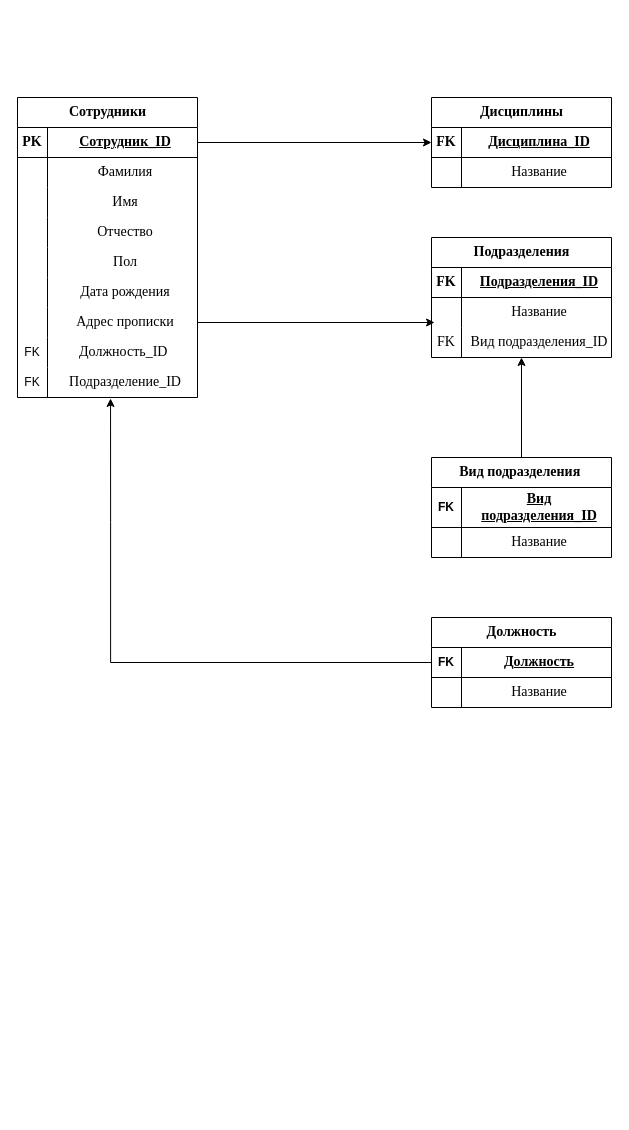
Above: YP-09-Server-Side-Programming.drawio in LunaGameX/YP-09-Server-Side-Programming (draw.io), before the change. Source tidied: cells renumbered, new cells numbered last; positions are measured from the earlier drawing's top-left corner, leaving out a move shared by most shapes. Both pictures are drawn from the tidied source at 100%, with x=0, y=0 at pixel (17, 97).
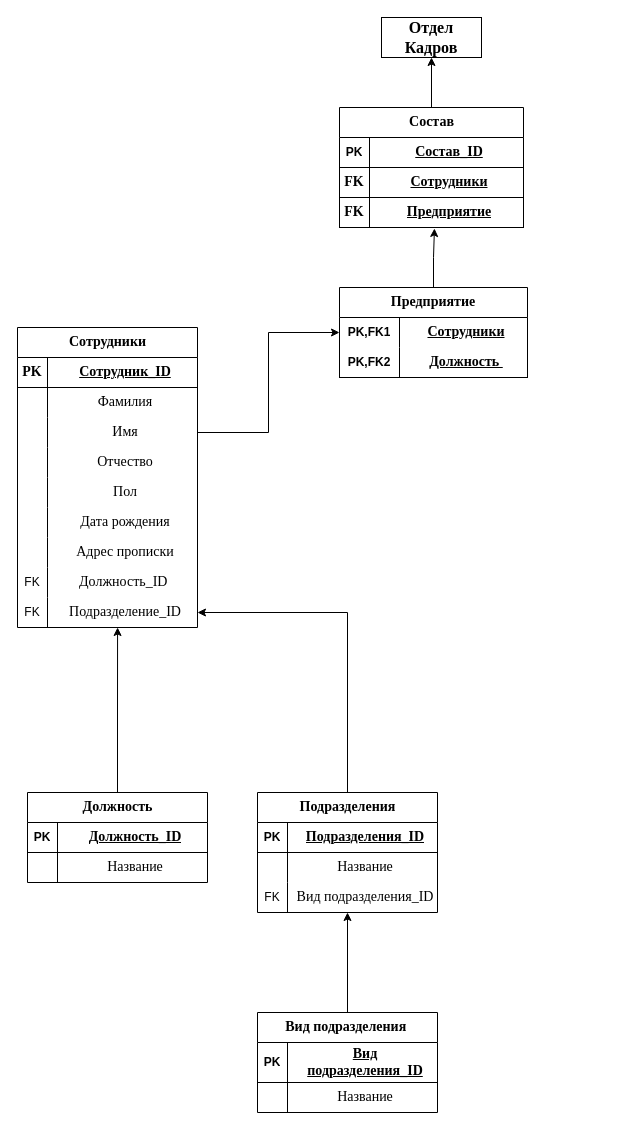
Above is the later version.

Commit message:
add more Actors and antribut YP-09-Server-Side-Programming.drawio

Unchanged cells that the change refers to:
```xml
<mxCell id="3" style="shape=tableRow;horizontal=0;startSize=0;swimlaneHead=0;swimlaneBody=0;fillColor=none;points=[[0,0.5],[1,0.5]];portConstraint=eastwest;top=0;left=0;right=0;bottom=1;" parent="2" vertex="1">
  <mxGeometry y="30" width="180" height="30" as="geometry" />
</mxCell>
<mxCell id="9" style="shape=tableRow;horizontal=0;startSize=0;swimlaneHead=0;swimlaneBody=0;fillColor=none;points=[[0,0.5],[1,0.5]];portConstraint=eastwest;top=0;left=0;right=0;bottom=0;" parent="2" vertex="1">
  <mxGeometry y="90" width="180" height="30" as="geometry" />
</mxCell>
<mxCell id="21" style="shape=tableRow;horizontal=0;startSize=0;swimlaneHead=0;swimlaneBody=0;fillColor=none;points=[[0,0.5],[1,0.5]];portConstraint=eastwest;top=0;left=0;right=0;bottom=0;" parent="2" vertex="1">
  <mxGeometry y="210" width="180" height="30" as="geometry" />
</mxCell>
<mxCell id="27" style="shape=tableRow;horizontal=0;startSize=0;swimlaneHead=0;swimlaneBody=0;fillColor=none;points=[[0,0.5],[1,0.5]];portConstraint=eastwest;top=0;left=0;right=0;bottom=0;" parent="2" vertex="1">
  <mxGeometry y="270" width="180" height="30" as="geometry" />
</mxCell>
<mxCell id="38" style="shape=tableRow;horizontal=0;startSize=0;swimlaneHead=0;swimlaneBody=0;fillColor=none;top=0;left=0;right=0;bottom=1;" parent="37" vertex="1">
  <mxGeometry y="30" width="180" height="30" as="geometry" />
</mxCell>
<mxCell id="44" style="shape=tableRow;horizontal=0;startSize=0;swimlaneHead=0;swimlaneBody=0;fillColor=none;points=[[0,0.5],[1,0.5]];portConstraint=eastwest;top=0;left=0;right=0;bottom=0;" parent="37" vertex="1">
  <mxGeometry y="90" width="180" height="30" as="geometry" />
</mxCell>
<mxCell id="49" style="shape=tableRow;horizontal=0;startSize=0;swimlaneHead=0;swimlaneBody=0;fillColor=none;top=0;left=0;right=0;bottom=1;" parent="48" vertex="1">
  <mxGeometry y="30" width="180" height="40" as="geometry" />
</mxCell>
<mxCell id="56" style="shape=tableRow;horizontal=0;startSize=0;swimlaneHead=0;swimlaneBody=0;fillColor=none;points=[[0,0.5],[1,0.5]];portConstraint=eastwest;top=0;left=0;right=0;bottom=1;" parent="55" vertex="1">
  <mxGeometry y="30" width="180" height="30" as="geometry" />
</mxCell>
```

What changed in the source:
```diff
@@
     <mxCell id="2" value="&lt;font style=&quot;font-size: 14px;&quot; face=&quot;Times New Roman&quot;&gt;Сотрудники&lt;/font&gt;" style="shape=table;startSize=30;childLayout=tableLayout;rowLines=0;fontStyle=1;align=center;html=1;" parent="1" vertex="1">
-      <mxGeometry width="180" height="300" as="geometry" />
+      <mxGeometry y="230" width="180" height="300" as="geometry" />
     </mxCell>
@@
-    <mxCell id="30" value="&lt;font style=&quot;font-size: 14px;&quot; face=&quot;Times New Roman&quot;&gt;Дисциплины&lt;/font&gt;" style="shape=table;startSize=30;childLayout=tableLayout;rowLines=0;fontStyle=1;align=center;html=1;" parent="1" vertex="1">
-      <mxGeometry x="414" width="180" height="90" as="geometry" />
-    </mxCell>
-    <mxCell id="31" style="shape=tableRow;horizontal=0;startSize=0;swimlaneHead=0;swimlaneBody=0;fillColor=none;points=[[0,0.5],[1,0.5]];portConstraint=eastwest;top=0;left=0;right=0;bottom=1;" parent="30" vertex="1">
-      <mxGeometry y="30" width="180" height="30" as="geometry" />
-    </mxCell>
-    <mxCell id="32" value="&lt;font style=&quot;font-size: 14px;&quot; face=&quot;Times New Roman&quot;&gt;FK&lt;/font&gt;" style="shape=partialRectangle;fillColor=none;top=0;left=0;bottom=0;right=0;fontStyle=1;overflow=hidden;whiteSpace=wrap;html=1;" parent="31" vertex="1">
-      <mxGeometry width="30" height="30" as="geometry" />
-    </mxCell>
-    <mxCell id="33" value="&lt;font style=&quot;font-size: 14px;&quot; face=&quot;Times New Roman&quot;&gt;Дисциплина_ID&lt;/font&gt;" style="shape=partialRectangle;fillColor=none;top=0;left=0;bottom=0;right=0;align=center;spacingLeft=6;fontStyle=5;overflow=hidden;whiteSpace=wrap;html=1;" parent="31" vertex="1">
-      <mxGeometry x="30" width="150" height="30" as="geometry" />
-    </mxCell>
-    <mxCell id="34" style="shape=tableRow;horizontal=0;startSize=0;swimlaneHead=0;swimlaneBody=0;fillColor=none;top=0;left=0;right=0;bottom=0;" parent="30" vertex="1">
-      <mxGeometry y="60" width="180" height="30" as="geometry" />
-    </mxCell>
-    <mxCell id="35" style="shape=partialRectangle;fillColor=none;top=0;left=0;bottom=0;right=0;overflow=hidden;whiteSpace=wrap;html=1;" parent="34" vertex="1">
-      <mxGeometry width="30" height="30" as="geometry" />
-    </mxCell>
-    <mxCell id="36" value="&lt;font style=&quot;font-size: 14px;&quot; face=&quot;Times New Roman&quot;&gt;Название&lt;/font&gt;" style="shape=partialRectangle;fillColor=none;top=0;left=0;bottom=0;right=0;align=center;spacingLeft=6;overflow=hidden;whiteSpace=wrap;html=1;" parent="34" vertex="1">
-      <mxGeometry x="30" width="150" height="30" as="geometry" />
-    </mxCell>
+    <mxCell id="65" style="edgeStyle=orthogonalEdgeStyle;rounded=0;jettySize=auto;html=1;entryX=1;entryY=0.5;entryDx=0;entryDy=0;" parent="1" edge="1" source="37" target="27">
+      <mxGeometry relative="1" as="geometry" />
+    </mxCell>
     <mxCell id="37" value="&lt;font style=&quot;font-size: 14px;&quot; face=&quot;Times New Roman&quot;&gt;Подразделения&lt;/font&gt;" style="shape=table;startSize=30;childLayout=tableLayout;rowLines=0;fontStyle=1;align=center;html=1;" parent="1" vertex="1">
-      <mxGeometry x="414" y="140" width="180" height="120" as="geometry" />
+      <mxGeometry x="240" y="695" width="180" height="120" as="geometry" />
     </mxCell>
@@
-    <mxCell id="39" value="&lt;font style=&quot;font-size: 14px;&quot; face=&quot;Times New Roman&quot;&gt;FK&lt;/font&gt;" style="shape=partialRectangle;fillColor=none;top=0;left=0;bottom=0;right=0;fontStyle=1;overflow=hidden;whiteSpace=wrap;html=1;" parent="38" vertex="1">
+    <mxCell id="39" value="PK" style="shape=partialRectangle;fillColor=none;top=0;left=0;bottom=0;right=0;fontStyle=1;overflow=hidden;whiteSpace=wrap;html=1;" parent="38" vertex="1">
       <mxGeometry width="30" height="30" as="geometry" />
     </mxCell>
@@
-    <mxCell id="45" value="&lt;font style=&quot;font-size: 14px;&quot; face=&quot;Times New Roman&quot;&gt;FK&lt;/font&gt;" style="shape=partialRectangle;fillColor=none;top=0;left=0;bottom=0;right=0;overflow=hidden;whiteSpace=wrap;html=1;" parent="44" vertex="1">
+    <mxCell id="45" value="FK" style="shape=partialRectangle;fillColor=none;top=0;left=0;bottom=0;right=0;overflow=hidden;whiteSpace=wrap;html=1;" parent="44" vertex="1">
       <mxGeometry width="30" height="30" as="geometry" />
     </mxCell>
@@
     <mxCell id="48" value="&lt;font style=&quot;font-size: 14px;&quot; face=&quot;Times New Roman&quot;&gt;Вид подразделения&lt;span style=&quot;white-space: pre;&quot;&gt; &lt;/span&gt;&lt;/font&gt;" style="shape=table;startSize=30;childLayout=tableLayout;rowLines=0;fontStyle=1;align=center;html=1;" parent="1" vertex="1">
-      <mxGeometry x="414" y="360" width="180" height="100" as="geometry" />
+      <mxGeometry x="240" y="915" width="180" height="100" as="geometry" />
     </mxCell>
@@
-    <mxCell id="50" value="FK" style="shape=partialRectangle;fillColor=none;top=0;left=0;bottom=0;right=0;fontStyle=1;overflow=hidden;whiteSpace=wrap;html=1;" parent="49" vertex="1">
+    <mxCell id="50" value="PK" style="shape=partialRectangle;fillColor=none;top=0;left=0;bottom=0;right=0;fontStyle=1;overflow=hidden;whiteSpace=wrap;html=1;" parent="49" vertex="1">
       <mxGeometry width="30" height="40" as="geometry" />
     </mxCell>
@@
+    <mxCell id="66" style="edgeStyle=orthogonalEdgeStyle;rounded=0;jettySize=auto;html=1;entryX=0.556;entryY=1;entryDx=0;entryDy=0;entryPerimeter=0;" parent="1" edge="1" source="55" target="27">
+      <mxGeometry relative="1" as="geometry" />
+    </mxCell>
     <mxCell id="55" value="&lt;font face=&quot;Times New Roman&quot;&gt;&lt;span style=&quot;font-size: 14px;&quot;&gt;Должность&lt;/span&gt;&lt;/font&gt;" style="shape=table;startSize=30;childLayout=tableLayout;rowLines=0;fontStyle=1;align=center;html=1;" parent="1" vertex="1">
-      <mxGeometry x="414" y="520" width="180" height="90" as="geometry" />
+      <mxGeometry x="10" y="695" width="180" height="90" as="geometry" />
     </mxCell>
@@
-    <mxCell id="57" value="FK" style="shape=partialRectangle;fillColor=none;top=0;left=0;bottom=0;right=0;fontStyle=1;overflow=hidden;whiteSpace=wrap;html=1;" parent="56" vertex="1">
+    <mxCell id="57" value="PK" style="shape=partialRectangle;fillColor=none;top=0;left=0;bottom=0;right=0;fontStyle=1;overflow=hidden;whiteSpace=wrap;html=1;" parent="56" vertex="1">
       <mxGeometry width="30" height="30" as="geometry" />
     </mxCell>
-    <mxCell id="58" value="&lt;font style=&quot;font-size: 14px;&quot; face=&quot;Times New Roman&quot;&gt;Должность&lt;/font&gt;" style="shape=partialRectangle;fillColor=none;top=0;left=0;bottom=0;right=0;align=center;spacingLeft=6;fontStyle=5;overflow=hidden;whiteSpace=wrap;html=1;" parent="56" vertex="1">
+    <mxCell id="58" value="&lt;font style=&quot;font-size: 14px;&quot; face=&quot;Times New Roman&quot;&gt;Должность_ID&lt;/font&gt;" style="shape=partialRectangle;fillColor=none;top=0;left=0;bottom=0;right=0;align=center;spacingLeft=6;fontStyle=5;overflow=hidden;whiteSpace=wrap;html=1;" parent="56" vertex="1">
       <mxGeometry x="30" width="150" height="30" as="geometry" />
     </mxCell>
@@
-    <mxCell id="62" style="edgeStyle=orthogonalEdgeStyle;rounded=0;jettySize=auto;html=1;exitX=1;exitY=0.5;exitDx=0;exitDy=0;entryX=0;entryY=0.5;entryDx=0;entryDy=0;" parent="1" edge="1" source="3" target="31">
-      <mxGeometry relative="1" as="geometry" />
-    </mxCell>
-    <mxCell id="63" style="edgeStyle=orthogonalEdgeStyle;rounded=0;jettySize=auto;html=1;exitX=1;exitY=0.5;exitDx=0;exitDy=0;entryX=0.017;entryY=-0.167;entryDx=0;entryDy=0;entryPerimeter=0;" parent="1" edge="1" source="21" target="44">
-      <mxGeometry relative="1" as="geometry" />
-    </mxCell>
-    <mxCell id="64" style="edgeStyle=orthogonalEdgeStyle;rounded=0;jettySize=auto;html=1;exitX=0;exitY=0.5;exitDx=0;exitDy=0;entryX=0.517;entryY=1.033;entryDx=0;entryDy=0;entryPerimeter=0;" parent="1" edge="1" source="56" target="27">
-      <mxGeometry relative="1" as="geometry" />
-    </mxCell>
+    <mxCell id="67" style="edgeStyle=orthogonalEdgeStyle;rounded=0;jettySize=auto;html=1;entryX=0.5;entryY=1;entryDx=0;entryDy=0;" parent="1" edge="1" source="68" target="87">
+      <mxGeometry relative="1" as="geometry" />
+    </mxCell>
+    <mxCell id="68" value="&lt;font style=&quot;font-size: 14px;&quot; face=&quot;Times New Roman&quot;&gt;Состав&lt;/font&gt;" style="shape=table;startSize=30;childLayout=tableLayout;rowLines=0;fontStyle=1;align=center;html=1;" parent="1" vertex="1">
+      <mxGeometry x="322" y="10" width="184" height="120" as="geometry" />
+    </mxCell>
+    <mxCell id="69" style="shape=tableRow;horizontal=0;startSize=0;swimlaneHead=0;swimlaneBody=0;fillColor=none;top=0;left=0;right=0;bottom=1;" parent="68" vertex="1">
+      <mxGeometry y="30" width="184" height="30" as="geometry" />
+    </mxCell>
+    <mxCell id="70" value="PK" style="shape=partialRectangle;fillColor=none;top=0;left=0;bottom=0;right=0;fontStyle=1;overflow=hidden;whiteSpace=wrap;html=1;" parent="69" vertex="1">
+      <mxGeometry width="30" height="30" as="geometry" />
+    </mxCell>
+    <mxCell id="71" value="&lt;font style=&quot;font-size: 14px;&quot; face=&quot;Times New Roman&quot;&gt;Состав_ID&lt;/font&gt;" style="shape=partialRectangle;fillColor=none;top=0;left=0;bottom=0;right=0;align=center;spacingLeft=6;fontStyle=5;overflow=hidden;whiteSpace=wrap;html=1;" parent="69" vertex="1">
+      <mxGeometry x="30" width="154" height="30" as="geometry" />
+    </mxCell>
+    <mxCell id="72" style="shape=tableRow;horizontal=0;startSize=0;swimlaneHead=0;swimlaneBody=0;fillColor=none;top=0;left=0;right=0;bottom=1;" parent="68" vertex="1">
+      <mxGeometry y="60" width="184" height="30" as="geometry" />
+    </mxCell>
+    <mxCell id="73" value="&lt;font style=&quot;font-size: 14px;&quot; face=&quot;Times New Roman&quot;&gt;FK&lt;/font&gt;" style="shape=partialRectangle;fillColor=none;top=0;left=0;bottom=0;right=0;fontStyle=1;overflow=hidden;whiteSpace=wrap;html=1;" parent="72" vertex="1">
+      <mxGeometry width="30" height="30" as="geometry" />
+    </mxCell>
+    <mxCell id="74" value="&lt;font style=&quot;font-size: 14px;&quot; face=&quot;Times New Roman&quot;&gt;Сотрудники&lt;/font&gt;" style="shape=partialRectangle;fillColor=none;top=0;left=0;bottom=0;right=0;align=center;spacingLeft=6;fontStyle=5;overflow=hidden;whiteSpace=wrap;html=1;strokeColor=inherit;" parent="72" vertex="1">
+      <mxGeometry x="30" width="154" height="30" as="geometry" />
+    </mxCell>
+    <mxCell id="75" style="shape=tableRow;horizontal=0;startSize=0;swimlaneHead=0;swimlaneBody=0;fillColor=none;points=[[0,0.5],[1,0.5]];portConstraint=eastwest;top=0;left=0;right=0;bottom=1;" parent="68" vertex="1">
+      <mxGeometry y="90" width="184" height="30" as="geometry" />
+    </mxCell>
+    <mxCell id="76" value="&lt;font style=&quot;font-size: 14px;&quot; face=&quot;Times New Roman&quot;&gt;FK&lt;/font&gt;" style="shape=partialRectangle;fillColor=none;top=0;left=0;bottom=0;right=0;fontStyle=1;overflow=hidden;whiteSpace=wrap;html=1;" parent="75" vertex="1">
+      <mxGeometry width="30" height="30" as="geometry" />
+    </mxCell>
+    <mxCell id="77" value="&lt;font style=&quot;font-size: 14px;&quot; face=&quot;Times New Roman&quot;&gt;Предприятие&lt;/font&gt;" style="shape=partialRectangle;fillColor=none;top=0;left=0;bottom=0;right=0;align=center;spacingLeft=6;fontStyle=5;overflow=hidden;whiteSpace=wrap;html=1;strokeColor=inherit;" parent="75" vertex="1">
+      <mxGeometry x="30" width="154" height="30" as="geometry" />
+    </mxCell>
+    <mxCell id="78" style="edgeStyle=orthogonalEdgeStyle;rounded=0;jettySize=auto;html=1;entryX=0.516;entryY=1.033;entryDx=0;entryDy=0;entryPerimeter=0;" parent="1" edge="1" source="79" target="75">
+      <mxGeometry relative="1" as="geometry" />
+    </mxCell>
+    <mxCell id="79" value="&lt;font face=&quot;Times New Roman&quot;&gt;&lt;span style=&quot;font-size: 14px;&quot;&gt;Предприятие&lt;/span&gt;&lt;/font&gt;" style="shape=table;startSize=30;childLayout=tableLayout;rowLines=0;fontStyle=1;align=center;html=1;whiteSpace=wrap;" parent="1" vertex="1">
+      <mxGeometry x="322" y="190" width="188" height="90" as="geometry" />
+    </mxCell>
+    <mxCell id="80" style="shape=tableRow;horizontal=0;startSize=0;swimlaneHead=0;swimlaneBody=0;fillColor=none;points=[[0,0.5],[1,0.5]];portConstraint=eastwest;top=0;left=0;right=0;bottom=0;html=1;" parent="79" vertex="1">
+      <mxGeometry y="30" width="188" height="30" as="geometry" />
+    </mxCell>
+    <mxCell id="81" value="PK,FK1" style="shape=partialRectangle;fillColor=none;top=0;left=0;bottom=0;right=0;fontStyle=1;overflow=hidden;html=1;whiteSpace=wrap;" parent="80" vertex="1">
+      <mxGeometry width="60" height="30" as="geometry" />
+    </mxCell>
+    <mxCell id="82" value="&lt;font face=&quot;Times New Roman&quot;&gt;&lt;span style=&quot;font-size: 14px;&quot;&gt;Сотрудники&lt;/span&gt;&lt;/font&gt;" style="shape=partialRectangle;fillColor=none;top=0;left=0;bottom=0;right=0;align=center;spacingLeft=6;fontStyle=5;overflow=hidden;html=1;whiteSpace=wrap;" parent="80" vertex="1">
+      <mxGeometry x="60" width="128" height="30" as="geometry" />
+    </mxCell>
+    <mxCell id="83" style="shape=tableRow;horizontal=0;startSize=0;swimlaneHead=0;swimlaneBody=0;fillColor=none;top=0;left=0;right=0;bottom=1;html=1;" parent="79" vertex="1">
+      <mxGeometry y="60" width="188" height="30" as="geometry" />
+    </mxCell>
+    <mxCell id="84" value="PK,FK2" style="shape=partialRectangle;fillColor=none;top=0;left=0;bottom=0;right=0;fontStyle=1;overflow=hidden;html=1;whiteSpace=wrap;" parent="83" vertex="1">
+      <mxGeometry width="60" height="30" as="geometry" />
+    </mxCell>
+    <mxCell id="85" value="&lt;font style=&quot;font-size: 14px;&quot; face=&quot;Times New Roman&quot;&gt;Должность&amp;nbsp;&lt;/font&gt;" style="shape=partialRectangle;fillColor=none;top=0;left=0;bottom=0;right=0;align=center;spacingLeft=6;fontStyle=5;overflow=hidden;html=1;whiteSpace=wrap;" parent="83" vertex="1">
+      <mxGeometry x="60" width="128" height="30" as="geometry" />
+    </mxCell>
+    <mxCell id="86" style="edgeStyle=orthogonalEdgeStyle;rounded=0;jettySize=auto;html=1;entryX=0;entryY=0.5;entryDx=0;entryDy=0;" parent="1" edge="1" source="9" target="80">
+      <mxGeometry relative="1" as="geometry" />
+    </mxCell>
+    <mxCell id="87" value="&lt;font size=&quot;1&quot; face=&quot;Times New Roman&quot;&gt;&lt;b style=&quot;font-size: 16px;&quot;&gt;Отдел Кадров&lt;/b&gt;&lt;/font&gt;" style="whiteSpace=wrap;html=1;align=center;" parent="1" vertex="1">
+      <mxGeometry x="364" y="-80" width="100" height="40" as="geometry" />
+    </mxCell>
```
